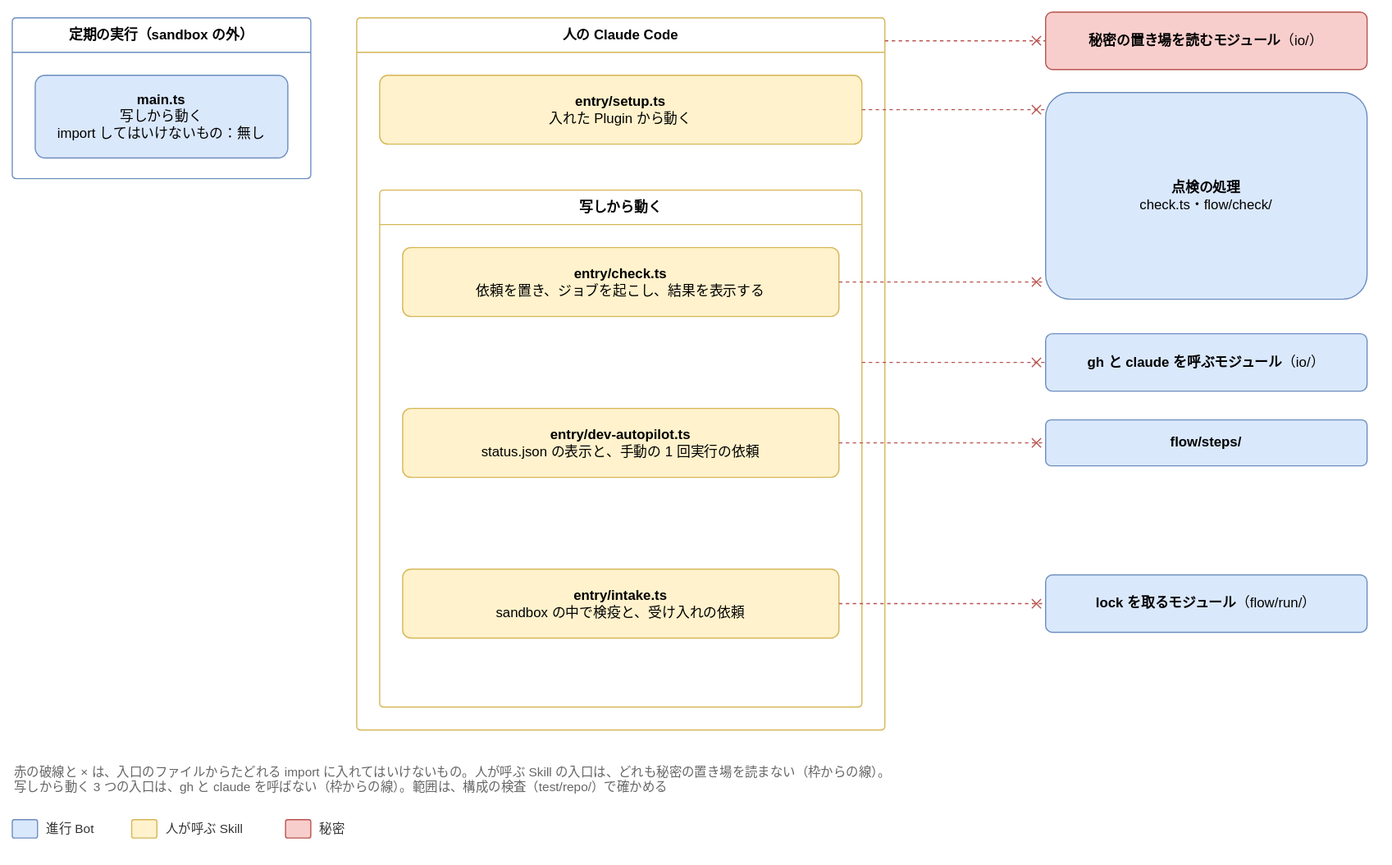
Above: docs/design/detailed/diagrams/00-entries.drawio.svg in Joymerrevent/dev-autopilot (draw.io), before the change. Source tidied: cells renumbered, new cells last; positions are measured from the earlier drawing's top-left corner, leaving out a move shared by most shapes.
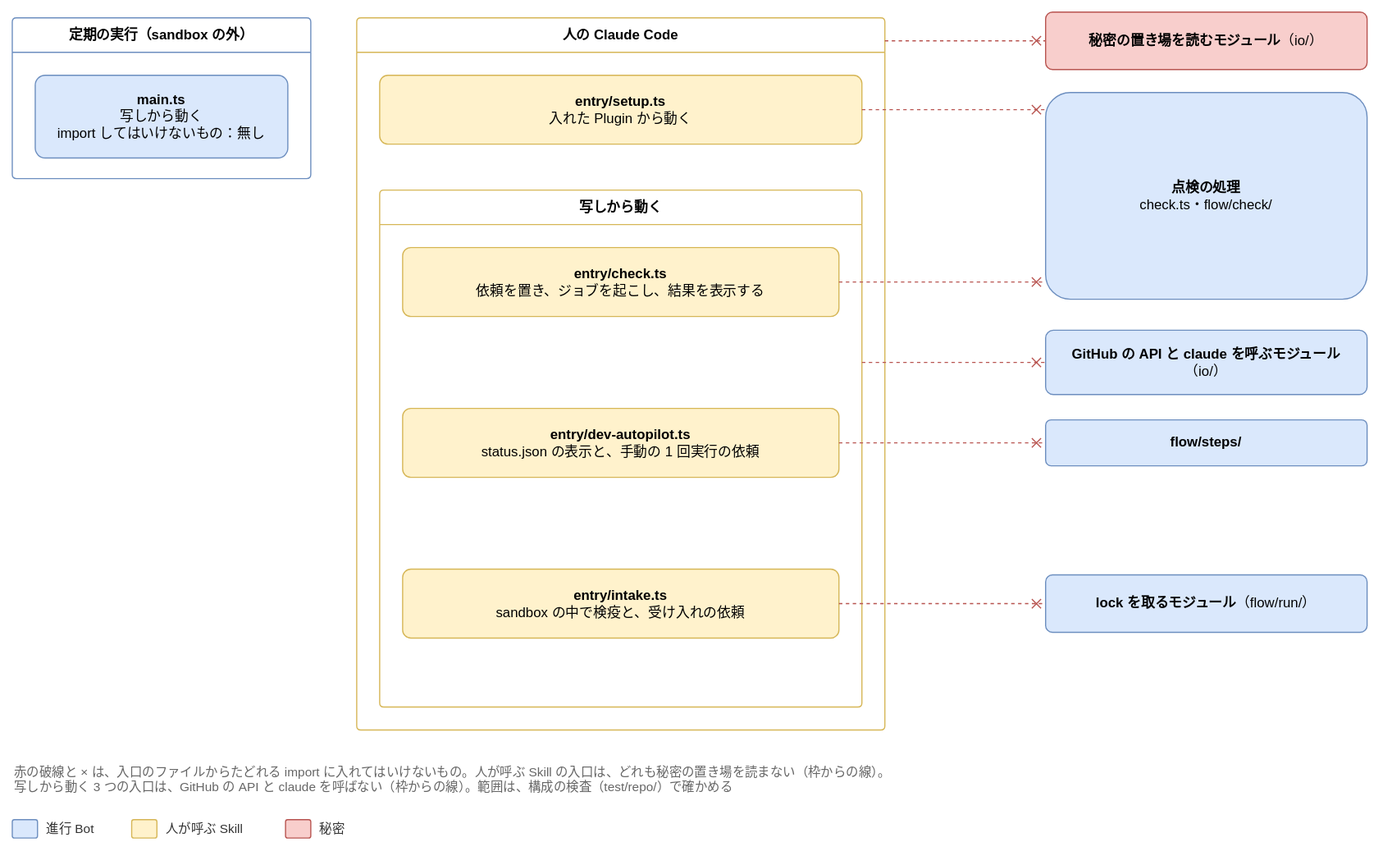
After the change.

Commit message:
docs(design): 詳細設計の README と層・入口・テストの図を、GitHub を Octokit で呼ぶ形に直す

The edit, as a diff of the source:
```diff
@@ -32,8 +32,8 @@
     <mxCell id="11" value="&lt;b&gt;点検の処理&lt;/b&gt;&lt;br&gt;check.ts・flow/check/" style="rounded=1;whiteSpace=wrap;html=1;fontSize=12;arcSize=12;spacing=12;fillColor=#dae8fc;strokeColor=#6c8ebf;" parent="1" vertex="1">
       <mxGeometry x="900" y="70" width="280" height="180" as="geometry" />
     </mxCell>
-    <mxCell id="12" value="&lt;b&gt;gh と claude を呼ぶモジュール&lt;/b&gt;（io/）" style="rounded=1;whiteSpace=wrap;html=1;fontSize=12;arcSize=12;spacing=12;fillColor=#dae8fc;strokeColor=#6c8ebf;" parent="1" vertex="1">
-      <mxGeometry x="900" y="280" width="280" height="50" as="geometry" />
+    <mxCell id="12" value="&lt;b&gt;GitHub の API と claude を呼ぶモジュール&lt;/b&gt;（io/）" style="rounded=1;whiteSpace=wrap;html=1;fontSize=12;arcSize=12;spacing=12;fillColor=#dae8fc;strokeColor=#6c8ebf;" parent="1" vertex="1">
+      <mxGeometry x="900" y="277" width="280" height="56" as="geometry" />
     </mxCell>
     <mxCell id="13" value="&lt;b&gt;flow/steps/&lt;/b&gt;" style="rounded=1;whiteSpace=wrap;html=1;fontSize=12;arcSize=12;spacing=12;fillColor=#dae8fc;strokeColor=#6c8ebf;" parent="1" vertex="1">
       <mxGeometry x="900" y="355" width="280" height="40" as="geometry" />
@@ -59,7 +59,7 @@
     <mxCell id="20" style="edgeStyle=orthogonalEdgeStyle;rounded=1;html=1;endArrow=block;endFill=1;fontSize=11;labelBackgroundColor=#ffffff;dashed=1;strokeColor=#b85450;fontColor=#b85450;endArrow=cross;endFill=0;exitX=1;exitY=0.5;exitDx=0;exitDy=0;entryX=0;entryY=0.5;entryDx=0;entryDy=0;" parent="1" edge="1" source="9" target="14">
       <mxGeometry relative="1" as="geometry" />
     </mxCell>
-    <mxCell id="21" value="赤の破線と × は、入口のファイルからたどれる import に入れてはいけないもの。人が呼ぶ Skill の入口は、どれも秘密の置き場を読まない（枠からの線）。&lt;br&gt;写しから動く 3 つの入口は、gh と claude を呼ばない（枠からの線）。範囲は、構成の検査（test/repo/）で確かめる" style="text;html=1;whiteSpace=wrap;align=left;verticalAlign=top;fontSize=11;fontColor=#666666;" parent="1" vertex="1">
+    <mxCell id="21" value="赤の破線と × は、入口のファイルからたどれる import に入れてはいけないもの。人が呼ぶ Skill の入口は、どれも秘密の置き場を読まない（枠からの線）。&lt;br&gt;写しから動く 3 つの入口は、GitHub の API と claude を呼ばない（枠からの線）。範囲は、構成の検査（test/repo/）で確かめる" style="text;html=1;whiteSpace=wrap;align=left;verticalAlign=top;fontSize=11;fontColor=#666666;" parent="1" vertex="1">
       <mxGeometry y="649" width="1180" height="40" as="geometry" />
     </mxCell>
     <mxCell id="22" style="rounded=1;whiteSpace=wrap;html=1;fontSize=12;arcSize=12;spacing=12;fillColor=#dae8fc;strokeColor=#6c8ebf;" parent="1" vertex="1">
```
